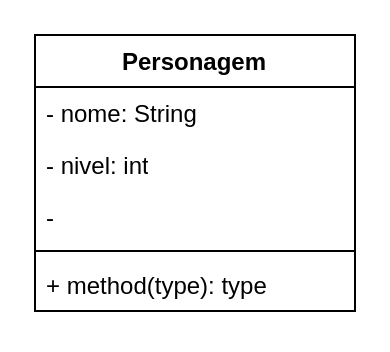
Earlier version of the draw.io diagram Diagrama sem nome.drawio (RamonTurek/situacao_alunos). Source tidied: cells renumbered, new cells numbered last; positions are measured from the earlier drawing's top-left corner, leaving out a move shared by most shapes. Both pictures are drawn from the tidied source at 200%, with x=0, y=0 at pixel (34, 34).
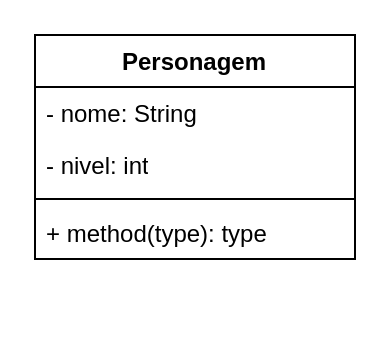
Above is the later version.

Commit message:
Diagrama_personagem

What changed in the source:
```diff
@@
 <mxGraphModel>
   <root>
     <mxCell id="0" />
     <mxCell id="1" parent="0" />
     <mxCell id="2" value="Personagem" style="swimlane;fontStyle=1;align=center;verticalAlign=top;horizontal=1;startSize=26;whiteSpace=wrap;html=1;" parent="1" vertex="1">
-      <mxGeometry width="160" height="138" as="geometry" />
+      <mxGeometry width="160" height="112" as="geometry" />
     </mxCell>
     <mxCell id="3" value="&lt;div style=&quot;text-align: justify;&quot;&gt;&lt;span style=&quot;background-color: initial;&quot;&gt;- nome: String&lt;/span&gt;&lt;/div&gt;" style="text;strokeColor=none;fillColor=none;align=left;verticalAlign=top;spacingLeft=4;spacingRight=4;overflow=hidden;whiteSpace=wrap;html=1;" parent="2" vertex="1">
       <mxGeometry y="26" width="160" height="26" as="geometry" />
     </mxCell>
     <mxCell id="4" value="- nivel: int" style="text;strokeColor=none;fillColor=none;align=left;verticalAlign=top;spacingLeft=4;spacingRight=4;overflow=hidden;whiteSpace=wrap;html=1;" parent="2" vertex="1">
       <mxGeometry y="52" width="160" height="26" as="geometry" />
     </mxCell>
-    <mxCell id="5" value="-" style="text;strokeColor=none;fillColor=none;align=left;verticalAlign=top;spacingLeft=4;spacingRight=4;overflow=hidden;whiteSpace=wrap;html=1;" parent="2" vertex="1">
-      <mxGeometry y="78" width="160" height="26" as="geometry" />
-    </mxCell>
     <mxCell id="6" style="line;strokeWidth=1;fillColor=none;align=left;verticalAlign=middle;spacingTop=-1;spacingLeft=3;spacingRight=3;labelPosition=right;strokeColor=inherit;" parent="2" vertex="1">
-      <mxGeometry y="104" width="160" height="8" as="geometry" />
+      <mxGeometry y="78" width="160" height="8" as="geometry" />
     </mxCell>
     <mxCell id="7" value="+ method(type): type" style="text;strokeColor=none;fillColor=none;align=left;verticalAlign=top;spacingLeft=4;spacingRight=4;overflow=hidden;whiteSpace=wrap;html=1;" parent="2" vertex="1">
-      <mxGeometry y="112" width="160" height="26" as="geometry" />
+      <mxGeometry y="86" width="160" height="26" as="geometry" />
     </mxCell>
   </root>
 </mxGraphModel>
```
